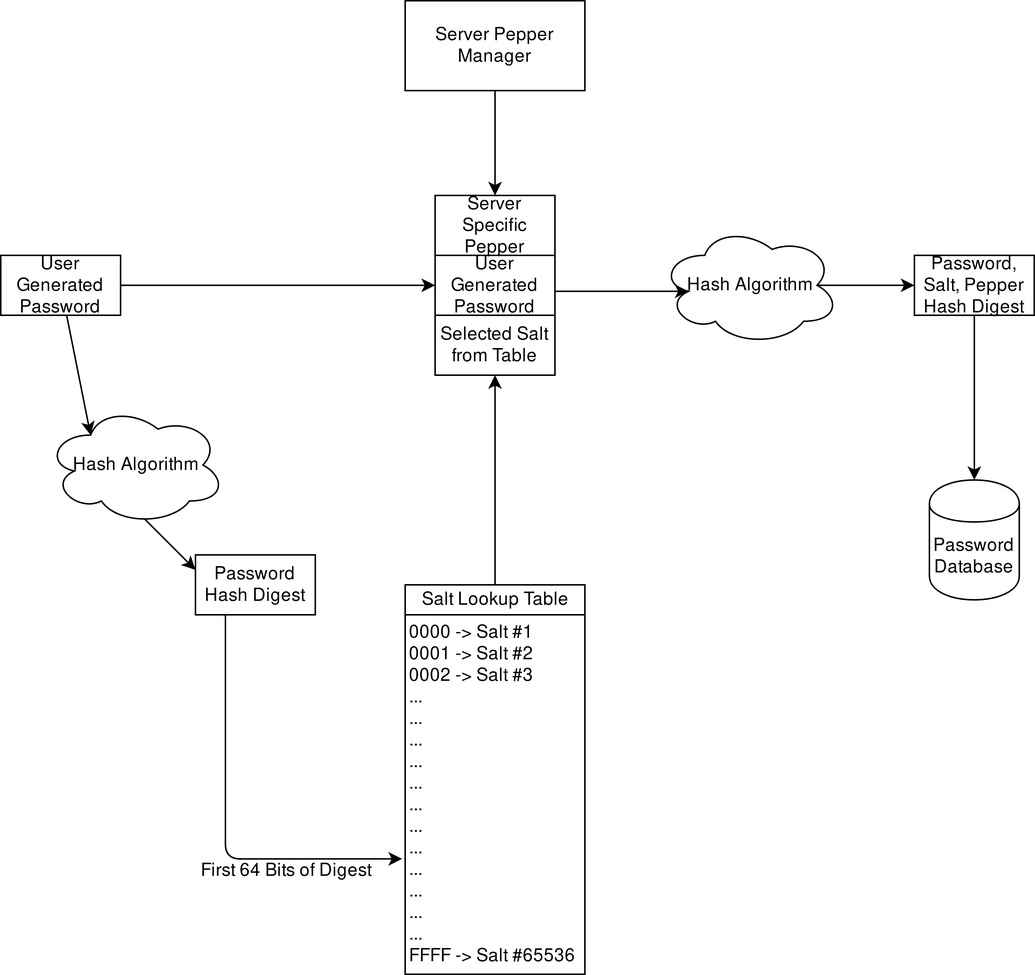
Above: spice-cabinet.png in Jake-Grubb/spice-cabinet (draw.io), before the change. Source tidied: cells renumbered, new cells last; positions are measured from the earlier drawing's top-left corner, leaving out a move shared by most shapes.
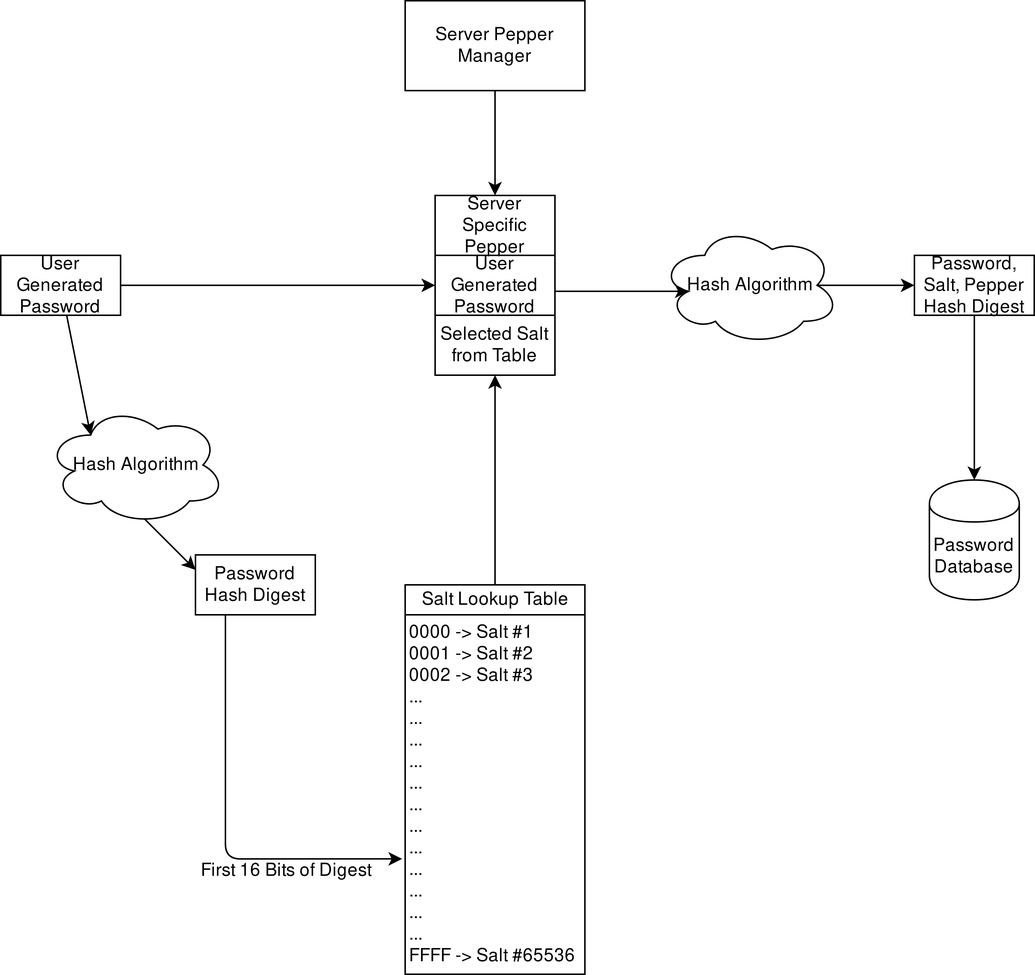
After the change.

Change to the diagram source:
```diff
@@ -33,7 +33,7 @@
         </Array>
       </mxGeometry>
     </mxCell>
-    <mxCell id="11" value="First 64 Bits of Digest" style="text;html=1;align=center;verticalAlign=middle;labelBackgroundColor=#ffffff;" parent="10" vertex="1">
+    <mxCell id="11" value="First 16 Bits of Digest" style="text;html=1;align=center;verticalAlign=middle;labelBackgroundColor=#ffffff;" parent="10" vertex="1">
       <mxGeometry x="-0.09" y="50" relative="1" as="geometry">
         <mxPoint x="-10" y="42" as="offset" />
       </mxGeometry>
```
